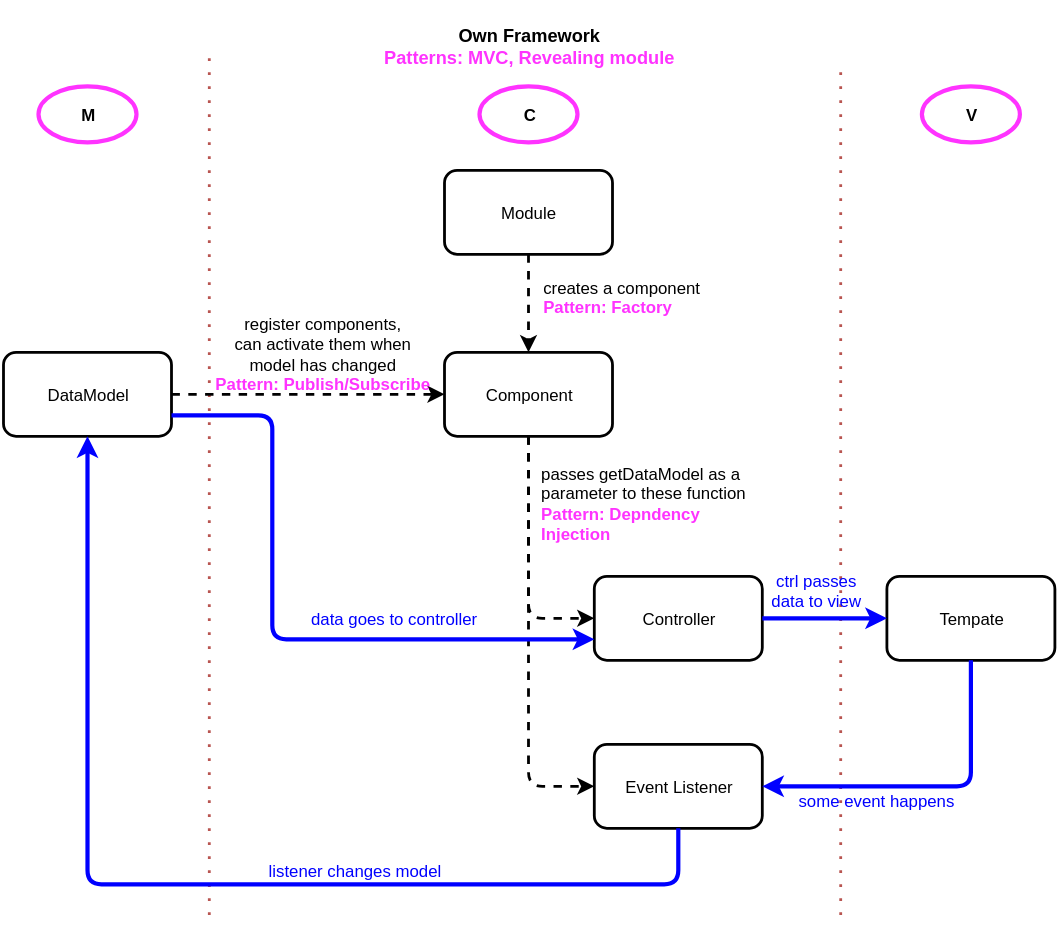
Before: diagram/diagram.svg, a diagram exported from draw.io (igor0ser/o2). Source tidied: cells renumbered, new cells last; positions are measured from the earlier drawing's top-left corner, leaving out a move shared by most shapes.
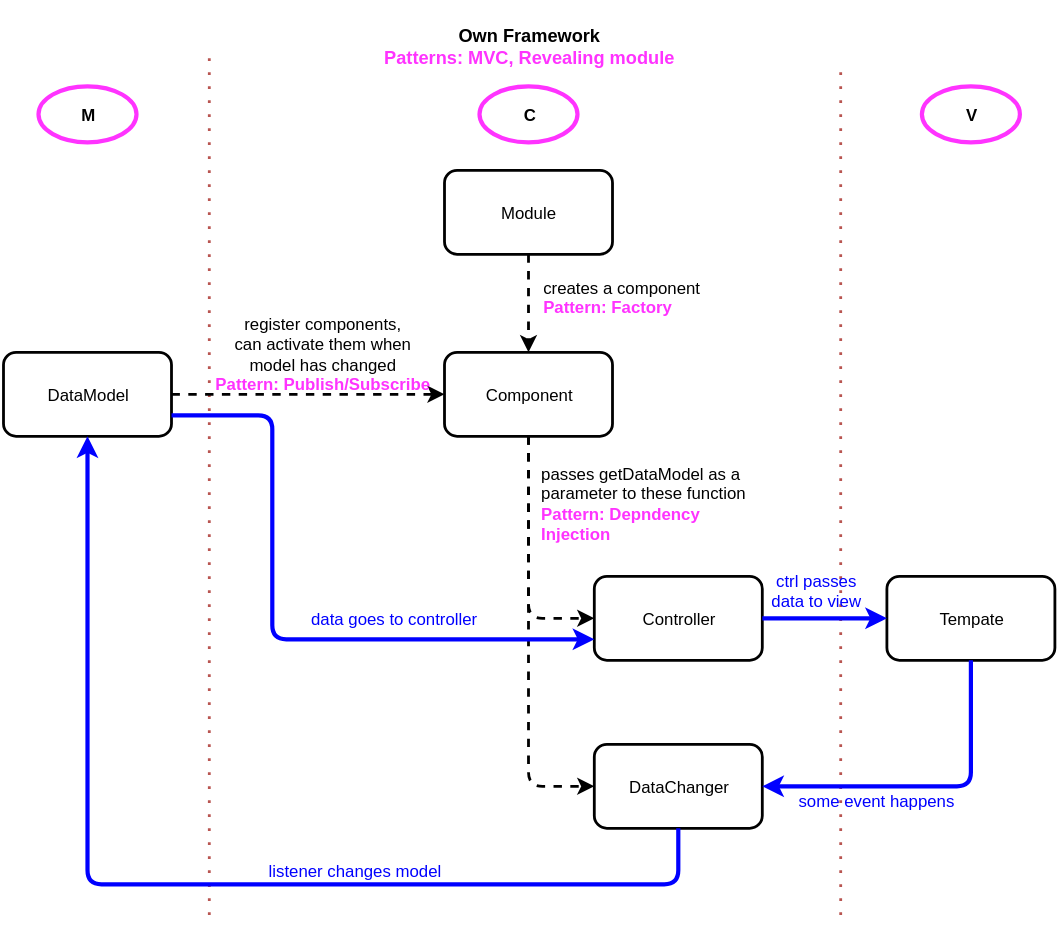
After the change.

Commit message:
better diagram2

What changed in the source:
```diff
@@ -32,7 +32,7 @@
     <mxCell id="11" value="Controller" style="rounded=1;whiteSpace=wrap;html=1;strokeWidth=2;" parent="1" vertex="1">
       <mxGeometry x="422" y="410" width="120" height="60" as="geometry" />
     </mxCell>
-    <mxCell id="12" value="Event Listener" style="rounded=1;whiteSpace=wrap;html=1;strokeWidth=2;" parent="1" vertex="1">
+    <mxCell id="12" value="DataChanger" style="rounded=1;whiteSpace=wrap;html=1;strokeWidth=2;" parent="1" vertex="1">
       <mxGeometry x="422" y="530" width="120" height="60" as="geometry" />
     </mxCell>
     <mxCell id="13" style="endArrow=classic;html=1;exitX=0.5;exitY=1;entryX=0.5;entryY=0;dashed=1;strokeWidth=2;" parent="1" edge="1" source="3" target="10">
```
